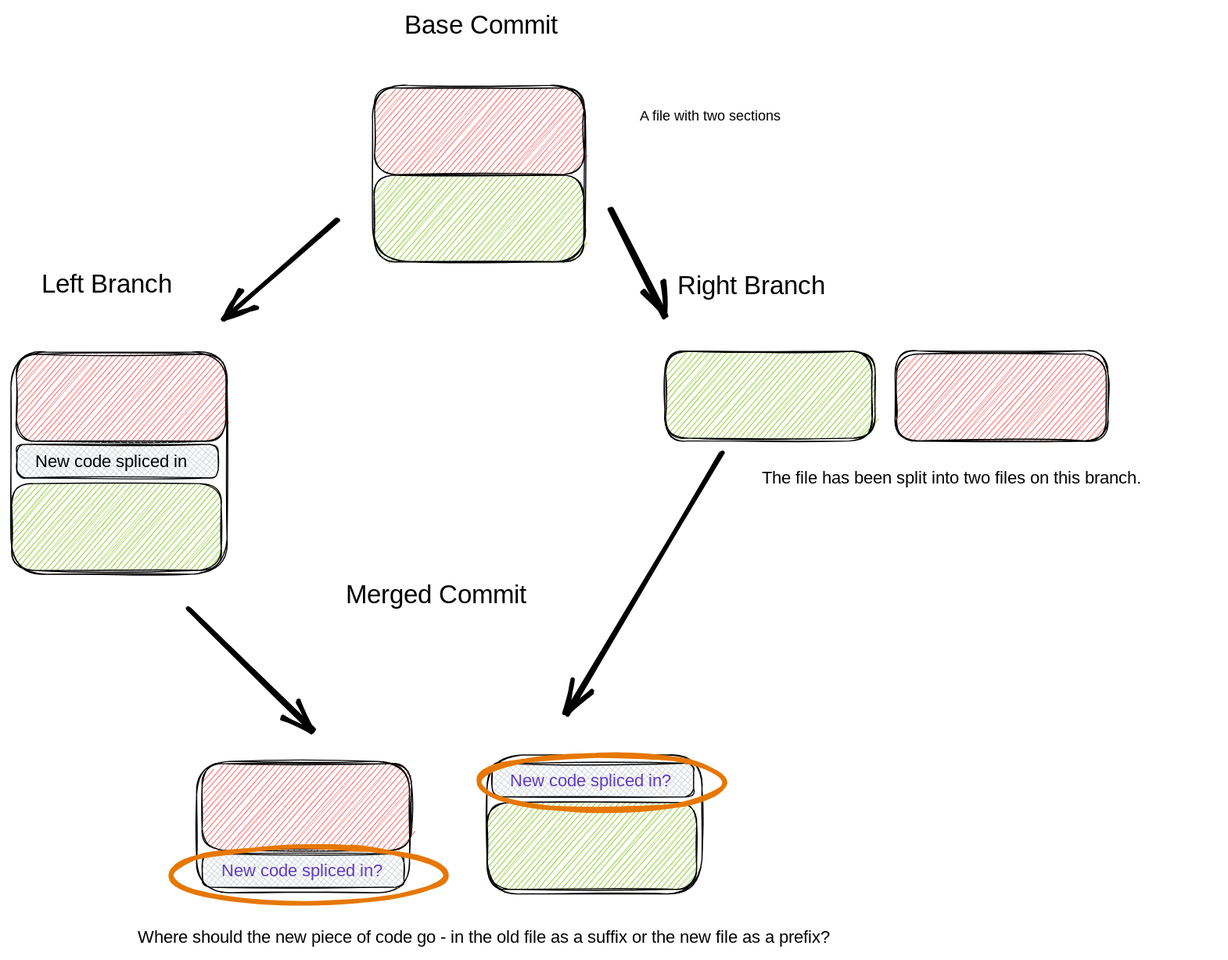
Earlier version of the Excalidraw export documents/FileSplitWithAnOrphan.excalidraw.svg (sageserpent-open/kineticMerge). Source tidied: one line per element, renumbered; positions are measured from the earlier drawing's top-left corner, leaving out a move shared by most shapes. Its diagram source:
```json
{"id": 0, "type": "rectangle", "strokeColor": "#000000", "backgroundColor": "#fa5252", "fillStyle": "hachure", "strokeWidth": 1, "roughness": 1, "round": true, "x": 332, "y": 70, "width": 191, "height": 79}
{"id": 1, "type": "rectangle", "strokeColor": "#000000", "backgroundColor": "#82c91e", "fillStyle": "hachure", "strokeWidth": 1, "roughness": 1, "round": true, "x": 332, "y": 150, "width": 191, "height": 79}
{"id": 2, "type": "rectangle", "strokeColor": "#000000", "strokeWidth": 1, "roughness": 1, "round": true, "x": 330, "y": 68, "width": 194, "height": 161}
{"id": 3, "type": "text", "text": "A file with two sections", "strokeColor": "#000000", "strokeWidth": 1, "roughness": 1, "fontSize": 12.93, "fontFamily": 1, "x": 574, "y": 88, "width": 152, "height": 16}
{"id": 4, "type": "rectangle", "strokeColor": "#000000", "backgroundColor": "#fa5252", "fillStyle": "hachure", "strokeWidth": 1, "roughness": 1, "round": true, "x": 5, "y": 313, "width": 191, "height": 79}
{"id": 5, "type": "rectangle", "strokeColor": "#000000", "backgroundColor": "#82c91e", "fillStyle": "hachure", "strokeWidth": 1, "roughness": 1, "round": true, "x": 1, "y": 431, "width": 191, "height": 79}
{"id": 6, "type": "rectangle", "strokeColor": "#000000", "strokeWidth": 1, "roughness": 1, "round": true, "x": 0, "y": 311, "width": 197, "height": 203}
{"id": 7, "type": "rectangle", "strokeColor": "#000000", "backgroundColor": "#82c91e", "fillStyle": "hachure", "strokeWidth": 1, "roughness": 1, "round": true, "x": 598, "y": 311, "width": 191, "height": 79}
{"id": 8, "type": "rectangle", "strokeColor": "#000000", "strokeWidth": 1, "roughness": 1, "round": true, "x": 597, "y": 311, "width": 190, "height": 82}
{"id": 9, "type": "text", "text": "Left Branch", "strokeColor": "#000000", "strokeWidth": 1, "roughness": 1, "fontSize": 23.28, "fontFamily": 1, "x": 28, "y": 236, "width": 139, "height": 29}
{"id": 10, "type": "text", "text": "Right Branch", "strokeColor": "#000000", "strokeWidth": 1, "roughness": 1, "fontSize": 23.28, "fontFamily": 1, "x": 608, "y": 238, "width": 145, "height": 29}
{"id": 11, "type": "text", "text": "Base Commit", "strokeColor": "#000000", "strokeWidth": 1, "roughness": 1, "fontSize": 23.28, "fontFamily": 1, "x": 359, "y": 0, "width": 145, "height": 29}
{"id": 12, "type": "text", "text": "Merged Commit", "strokeColor": "#000000", "strokeWidth": 1, "roughness": 1, "fontSize": 23.28, "fontFamily": 1, "x": 306, "y": 520, "width": 165, "height": 29}
{"id": 13, "type": "arrow", "strokeColor": "#000000", "strokeWidth": 4, "roughness": 1, "endArrowhead": "arrow", "round": true, "from": 2, "to": 6, "x": 298, "y": 190, "width": 103, "height": 90, "points": [[0, 0], [-103, 90]]}
{"id": 14, "type": "arrow", "strokeColor": "#000000", "strokeWidth": 4, "roughness": 1, "endArrowhead": "arrow", "round": true, "from": 2, "to": 10, "x": 548, "y": 180, "width": 50, "height": 99, "points": [[0, 0], [50, 99]]}
{"id": 15, "type": "arrow", "strokeColor": "#000000", "strokeWidth": 4, "roughness": 1, "endArrowhead": "arrow", "round": true, "from": 6, "to": 23, "x": 163, "y": 546, "width": 114, "height": 110, "points": [[0, 0], [114, 110]]}
{"id": 16, "type": "arrow", "strokeColor": "#000000", "strokeWidth": 4, "roughness": 1, "endArrowhead": "arrow", "round": true, "from": 8, "x": 649, "y": 404, "width": 140, "height": 238, "points": [[0, 0], [-140, 238]]}
{"id": 17, "type": "rectangle", "strokeColor": "#000000", "backgroundColor": "#ced4da", "fillStyle": "cross-hatch", "strokeWidth": 1, "roughness": 1, "round": true, "x": 5, "y": 395, "width": 184, "height": 31}
{"id": 18, "type": "text", "text": "New code spliced in", "strokeColor": "#000000", "backgroundColor": "#ced4da", "fillStyle": "cross-hatch", "strokeWidth": 1, "roughness": 1, "fontSize": 16, "fontFamily": 1, "x": 22, "y": 402, "width": 149, "height": 20}
{"id": 19, "type": "rectangle", "strokeColor": "#000000", "backgroundColor": "#fa5252", "fillStyle": "hachure", "strokeWidth": 1, "roughness": 1, "round": true, "x": 809, "y": 313, "width": 191, "height": 79}
{"id": 20, "type": "rectangle", "strokeColor": "#000000", "strokeWidth": 1, "roughness": 1, "round": true, "x": 808, "y": 310, "width": 194, "height": 82}
{"id": 21, "type": "text", "text": "The file has been split into two files on this branch.", "strokeColor": "#000000", "strokeWidth": 4, "roughness": 1, "fontSize": 16, "fontFamily": 1, "x": 686, "y": 417, "width": 416, "height": 20}
{"id": 22, "type": "rectangle", "strokeColor": "#000000", "backgroundColor": "#fa5252", "fillStyle": "hachure", "strokeWidth": 1, "roughness": 1, "round": true, "x": 175, "y": 687, "width": 191, "height": 79}
{"id": 23, "type": "rectangle", "strokeColor": "#000000", "strokeWidth": 1, "roughness": 1, "round": true, "x": 170, "y": 685, "width": 194, "height": 120}
{"id": 24, "type": "rectangle", "strokeColor": "#000000", "backgroundColor": "#ced4da", "fillStyle": "cross-hatch", "strokeWidth": 1, "roughness": 1, "round": true, "x": 175, "y": 769, "width": 184, "height": 31}
{"id": 25, "type": "text", "text": "New code spliced in?", "strokeColor": "#5f3dc4", "backgroundColor": "#ced4da", "fillStyle": "cross-hatch", "strokeWidth": 1, "roughness": 1, "fontSize": 16, "fontFamily": 1, "x": 192, "y": 776, "width": 156, "height": 20}
{"id": 26, "type": "rectangle", "strokeColor": "#000000", "backgroundColor": "#82c91e", "fillStyle": "hachure", "strokeWidth": 1, "roughness": 1, "round": true, "x": 435, "y": 723, "width": 191, "height": 79}
{"id": 27, "type": "rectangle", "strokeColor": "#000000", "strokeWidth": 1, "roughness": 1, "round": true, "x": 435, "y": 679, "width": 196, "height": 127}
{"id": 28, "type": "rectangle", "strokeColor": "#000000", "backgroundColor": "#ced4da", "fillStyle": "cross-hatch", "strokeWidth": 1, "roughness": 1, "round": true, "x": 440, "y": 687, "width": 184, "height": 31}
{"id": 29, "type": "text", "text": "New code spliced in?", "strokeColor": "#5f3dc4", "backgroundColor": "#ced4da", "fillStyle": "cross-hatch", "strokeWidth": 1, "roughness": 1, "fontSize": 16, "fontFamily": 1, "x": 456, "y": 694, "width": 156, "height": 20}
{"id": 30, "type": "ellipse", "strokeColor": "#e67700", "strokeWidth": 4, "roughness": 1, "round": true, "x": 146, "y": 763, "width": 251, "height": 52}
{"id": 31, "type": "ellipse", "strokeColor": "#e67700", "strokeWidth": 4, "roughness": 1, "round": true, "x": 427, "y": 679, "width": 224, "height": 51}
{"id": 32, "type": "text", "text": "Where should the new piece of code go - in the old file as a suffix or the new file as a prefix?", "strokeColor": "#000000", "strokeWidth": 4, "roughness": 1, "fontSize": 16, "fontFamily": 1, "x": 116, "y": 836, "width": 763, "height": 20}
```
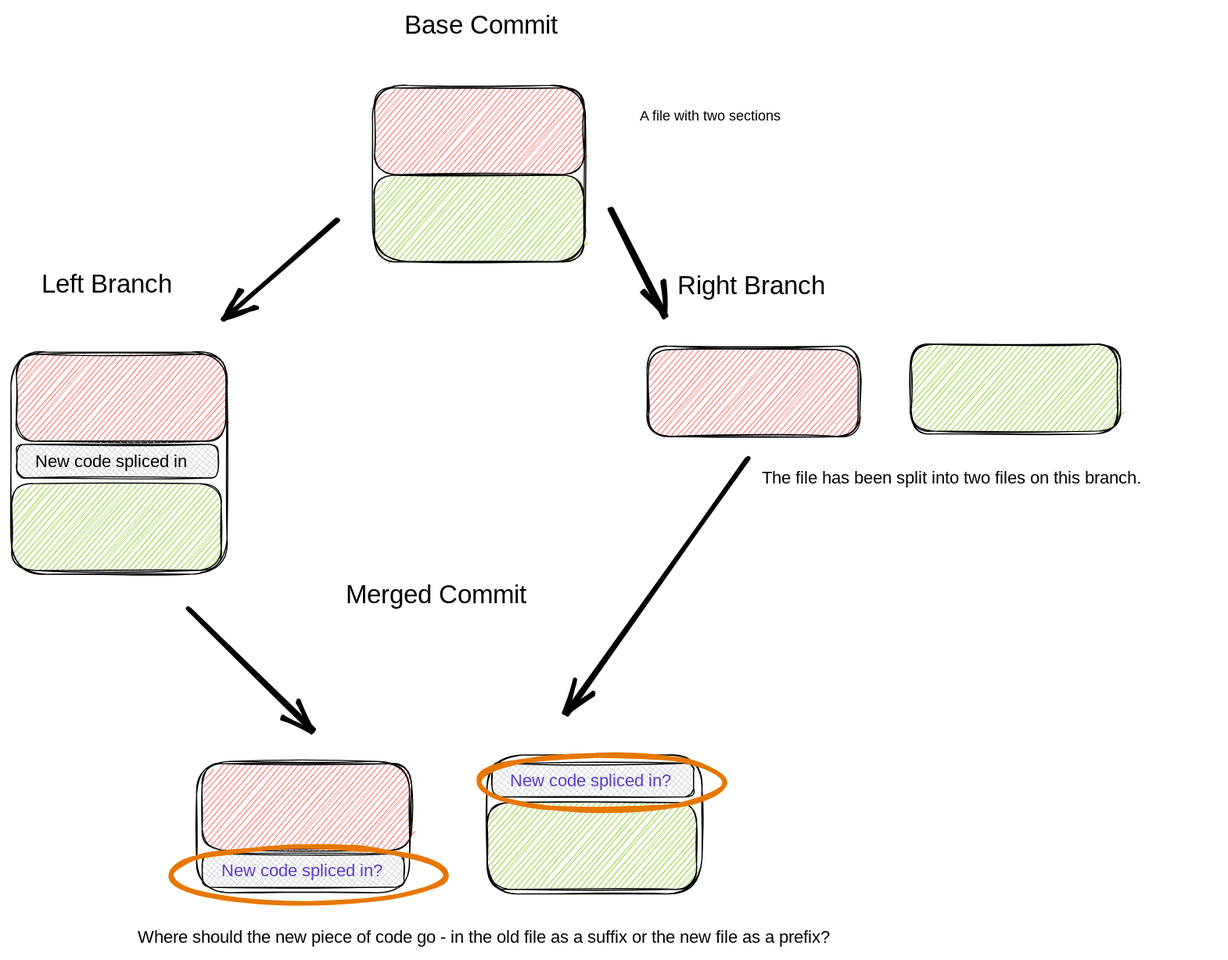
Later version of the same file.

Commit message:
Correct misleading transposition for file split with an orphan example.

The edit, as a diff of the source:
```diff
@@ -5,8 +5,8 @@
 {"id": 4, "type": "rectangle", "strokeColor": "#000000", "backgroundColor": "#fa5252", "fillStyle": "hachure", "strokeWidth": 1, "roughness": 1, "round": true, "x": 5, "y": 313, "width": 191, "height": 79}
 {"id": 5, "type": "rectangle", "strokeColor": "#000000", "backgroundColor": "#82c91e", "fillStyle": "hachure", "strokeWidth": 1, "roughness": 1, "round": true, "x": 1, "y": 431, "width": 191, "height": 79}
 {"id": 6, "type": "rectangle", "strokeColor": "#000000", "strokeWidth": 1, "roughness": 1, "round": true, "x": 0, "y": 311, "width": 197, "height": 203}
-{"id": 7, "type": "rectangle", "strokeColor": "#000000", "backgroundColor": "#82c91e", "fillStyle": "hachure", "strokeWidth": 1, "roughness": 1, "round": true, "x": 598, "y": 311, "width": 191, "height": 79}
+{"id": 7, "type": "rectangle", "strokeColor": "#000000", "backgroundColor": "#82c91e", "fillStyle": "hachure", "strokeWidth": 1, "roughness": 1, "round": true, "x": 822, "y": 304, "width": 191, "height": 79}
-{"id": 8, "type": "rectangle", "strokeColor": "#000000", "strokeWidth": 1, "roughness": 1, "round": true, "x": 597, "y": 311, "width": 190, "height": 82}
+{"id": 8, "type": "rectangle", "strokeColor": "#000000", "strokeWidth": 1, "roughness": 1, "round": true, "x": 821, "y": 304, "width": 190, "height": 82}
 {"id": 9, "type": "text", "text": "Left Branch", "strokeColor": "#000000", "strokeWidth": 1, "roughness": 1, "fontSize": 23.28, "fontFamily": 1, "x": 28, "y": 236, "width": 139, "height": 29}
 {"id": 10, "type": "text", "text": "Right Branch", "strokeColor": "#000000", "strokeWidth": 1, "roughness": 1, "fontSize": 23.28, "fontFamily": 1, "x": 608, "y": 238, "width": 145, "height": 29}
 {"id": 11, "type": "text", "text": "Base Commit", "strokeColor": "#000000", "strokeWidth": 1, "roughness": 1, "fontSize": 23.28, "fontFamily": 1, "x": 359, "y": 0, "width": 145, "height": 29}
@@ -14,11 +14,11 @@
 {"id": 13, "type": "arrow", "strokeColor": "#000000", "strokeWidth": 4, "roughness": 1, "endArrowhead": "arrow", "round": true, "from": 2, "to": 6, "x": 298, "y": 190, "width": 103, "height": 90, "points": [[0, 0], [-103, 90]]}
 {"id": 14, "type": "arrow", "strokeColor": "#000000", "strokeWidth": 4, "roughness": 1, "endArrowhead": "arrow", "round": true, "from": 2, "to": 10, "x": 548, "y": 180, "width": 50, "height": 99, "points": [[0, 0], [50, 99]]}
 {"id": 15, "type": "arrow", "strokeColor": "#000000", "strokeWidth": 4, "roughness": 1, "endArrowhead": "arrow", "round": true, "from": 6, "to": 23, "x": 163, "y": 546, "width": 114, "height": 110, "points": [[0, 0], [114, 110]]}
-{"id": 16, "type": "arrow", "strokeColor": "#000000", "strokeWidth": 4, "roughness": 1, "endArrowhead": "arrow", "round": true, "from": 8, "x": 649, "y": 404, "width": 140, "height": 238, "points": [[0, 0], [-140, 238]]}
+{"id": 16, "type": "arrow", "strokeColor": "#000000", "strokeWidth": 4, "roughness": 1, "endArrowhead": "arrow", "round": true, "from": 21, "x": 673, "y": 409, "width": 164, "height": 232, "points": [[0, 0], [-164, 232]]}
 {"id": 17, "type": "rectangle", "strokeColor": "#000000", "backgroundColor": "#ced4da", "fillStyle": "cross-hatch", "strokeWidth": 1, "roughness": 1, "round": true, "x": 5, "y": 395, "width": 184, "height": 31}
 {"id": 18, "type": "text", "text": "New code spliced in", "strokeColor": "#000000", "backgroundColor": "#ced4da", "fillStyle": "cross-hatch", "strokeWidth": 1, "roughness": 1, "fontSize": 16, "fontFamily": 1, "x": 22, "y": 402, "width": 149, "height": 20}
-{"id": 19, "type": "rectangle", "strokeColor": "#000000", "backgroundColor": "#fa5252", "fillStyle": "hachure", "strokeWidth": 1, "roughness": 1, "round": true, "x": 809, "y": 313, "width": 191, "height": 79}
+{"id": 19, "type": "rectangle", "strokeColor": "#000000", "backgroundColor": "#fa5252", "fillStyle": "hachure", "strokeWidth": 1, "roughness": 1, "round": true, "x": 582, "y": 309, "width": 191, "height": 79}
-{"id": 20, "type": "rectangle", "strokeColor": "#000000", "strokeWidth": 1, "roughness": 1, "round": true, "x": 808, "y": 310, "width": 194, "height": 82}
+{"id": 20, "type": "rectangle", "strokeColor": "#000000", "strokeWidth": 1, "roughness": 1, "round": true, "x": 581, "y": 306, "width": 194, "height": 82}
 {"id": 21, "type": "text", "text": "The file has been split into two files on this branch.", "strokeColor": "#000000", "strokeWidth": 4, "roughness": 1, "fontSize": 16, "fontFamily": 1, "x": 686, "y": 417, "width": 416, "height": 20}
 {"id": 22, "type": "rectangle", "strokeColor": "#000000", "backgroundColor": "#fa5252", "fillStyle": "hachure", "strokeWidth": 1, "roughness": 1, "round": true, "x": 175, "y": 687, "width": 191, "height": 79}
 {"id": 23, "type": "rectangle", "strokeColor": "#000000", "strokeWidth": 1, "roughness": 1, "round": true, "x": 170, "y": 685, "width": 194, "height": 120}
```
